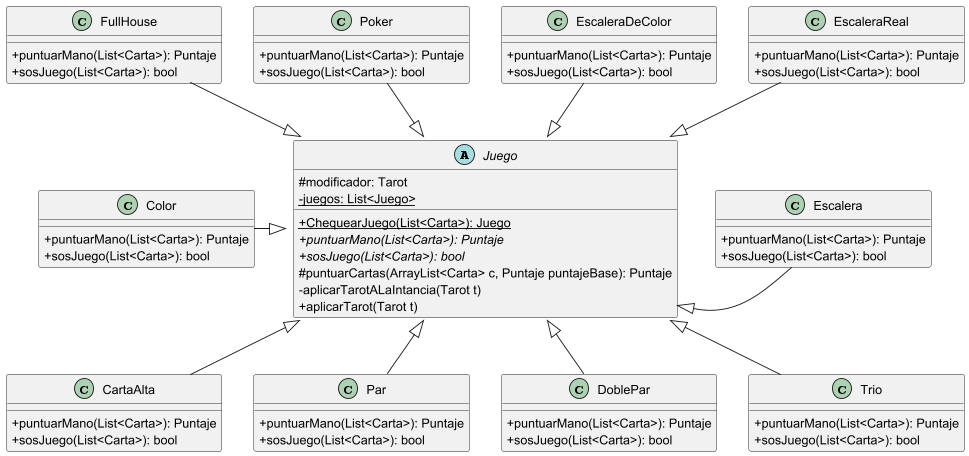
Earlier version of the PlantUML export diagrams/classes/Juego.png (facukresta/g06-tp2-2c-2024).
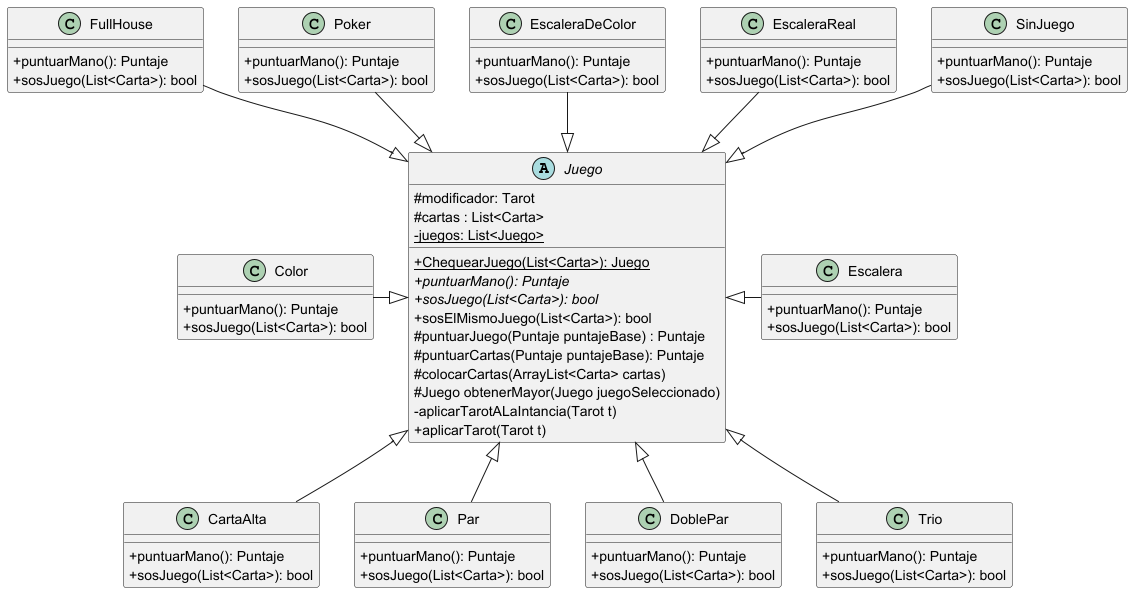
The same diagram one commit later.

Diff of the diagram source:
```diff
@@ -3,63 +3,72 @@
 
 abstract Juego {
 #modificador: Tarot
+#cartas : List<Carta>
 -{static}juegos: List<Juego>
 +{static}ChequearJuego(List<Carta>): Juego
-+{abstract}puntuarMano(List<Carta>): Puntaje
++{abstract}puntuarMano(): Puntaje
 +{abstract}sosJuego(List<Carta>): bool
-#puntuarCartas(ArrayList<Carta> c, Puntaje puntajeBase): Puntaje
++sosElMismoJuego(List<Carta>): bool
+#puntuarJuego(Puntaje puntajeBase) : Puntaje
+#puntuarCartas(Puntaje puntajeBase): Puntaje
+#colocarCartas(ArrayList<Carta> cartas)
+#Juego obtenerMayor(Juego juegoSeleccionado)
 -aplicarTarotALaIntancia(Tarot t)
 +aplicarTarot(Tarot t)
 }
 
-
 class CartaAlta {
-+puntuarMano(List<Carta>): Puntaje
++puntuarMano(): Puntaje
 +sosJuego(List<Carta>): bool
 }
 
 class Par {
-+puntuarMano(List<Carta>): Puntaje
++puntuarMano(): Puntaje
 +sosJuego(List<Carta>): bool
 }
 
 class DoblePar {
-+puntuarMano(List<Carta>): Puntaje
++puntuarMano(): Puntaje
 +sosJuego(List<Carta>): bool
 }
 
 class Trio {
-+puntuarMano(List<Carta>): Puntaje
++puntuarMano(): Puntaje
 +sosJuego(List<Carta>): bool
 }
 
 class Escalera {
-+puntuarMano(List<Carta>): Puntaje
++puntuarMano(): Puntaje
 +sosJuego(List<Carta>): bool
 }
 
 class Color {
-+puntuarMano(List<Carta>): Puntaje
++puntuarMano(): Puntaje
 +sosJuego(List<Carta>): bool
 }
 
 class FullHouse {
-+puntuarMano(List<Carta>): Puntaje
++puntuarMano(): Puntaje
 +sosJuego(List<Carta>): bool
 }
 
 class Poker {
-+puntuarMano(List<Carta>): Puntaje
++puntuarMano(): Puntaje
 +sosJuego(List<Carta>): bool
 }
 
 class EscaleraDeColor {
-+puntuarMano(List<Carta>): Puntaje
++puntuarMano(): Puntaje
 +sosJuego(List<Carta>): bool
 }
 
 class EscaleraReal  {
-+puntuarMano(List<Carta>): Puntaje
++puntuarMano(): Puntaje
++sosJuego(List<Carta>): bool
+}
+
+class SinJuego  {
++puntuarMano(): Puntaje
 +sosJuego(List<Carta>): bool
 }
 
@@ -67,7 +76,8 @@
 Par -up-|> Juego
 DoblePar -up-|> Juego
 Trio -up-|> Juego
-Escalera -left-|> Juego::aplicarTarot
+Escalera -left-|> Juego
+SinJuego --|> Juego
 Color -right-|> Juego
 FullHouse -down-|> Juego
 Poker -down-|> Juego
```
